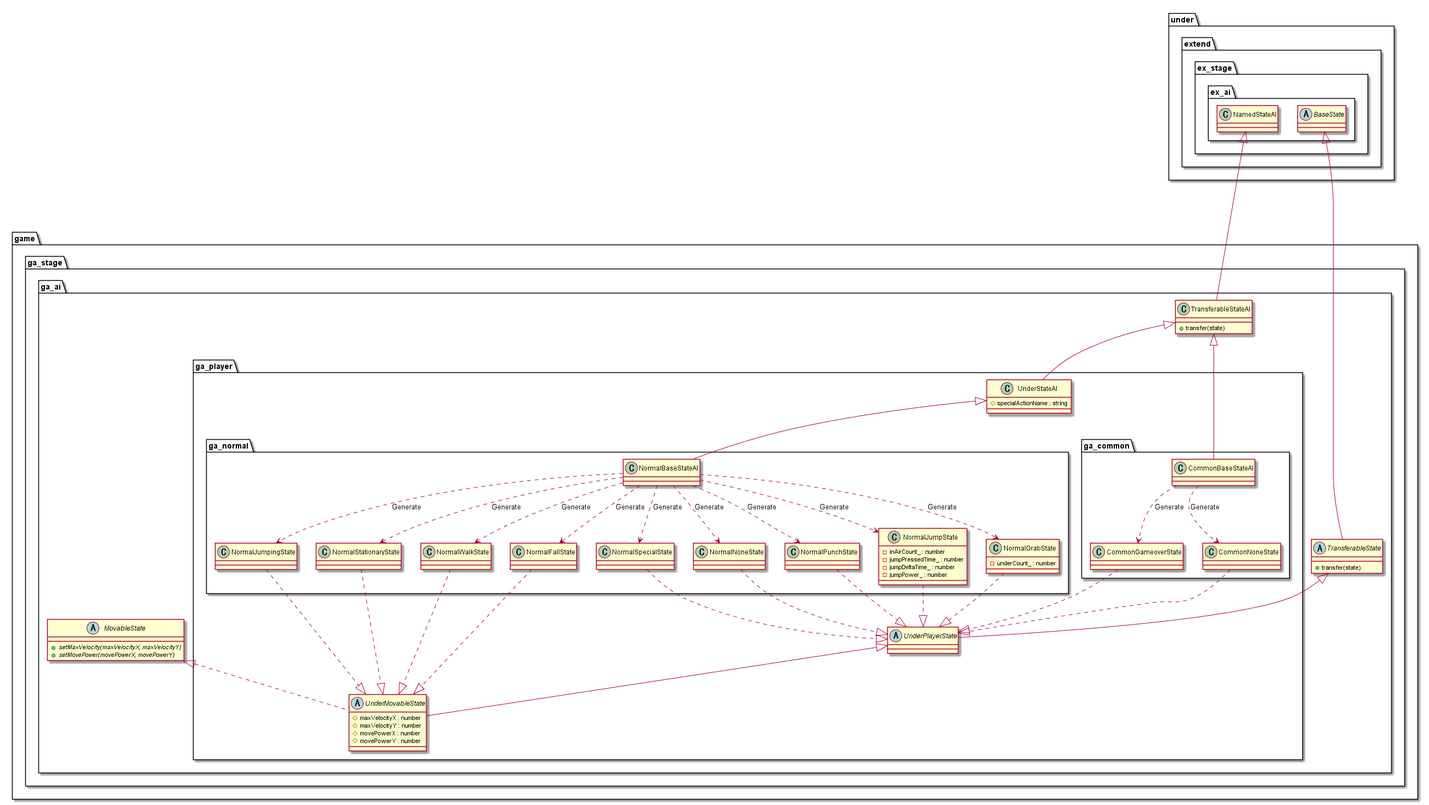
Earlier version of the PlantUML export out/uml/entity/ai/Normal/AINormal.png (Expine/Under). Source of this version:
```plantuml
@startuml AINormal
package game {
    package ga_stage {
        package ga_ai {
            abstract TransferableState {
                +transfer(state)
            }
            class TransferableStateAI {
                +transfer(state)
            }
            abstract MovableState {
                {abstract} +setMaxVelocity(maxVelocityX, maxVelocityY)
                {abstract} +setMovePower(movePowerX, movePowerY)
            }
            package ga_player {
                abstract UnderPlayerState
                abstract UnderMovableState {
                    #maxVelocityX : number
                    #maxVelocityY : number
                    #movePowerX : number
                    #movePowerY : number
                }
                class UnderStateAI {
                    #specialActionName : string
                }
                package ga_common {
                    class CommonBaseStateAI
                    class CommonNoneState
                    class CommonGameoverState
                }
                package ga_normal {
                    class NormalBaseStateAI
                    class NormalStationaryState
                    class NormalWalkState
                    class NormalJumpState {
                        -inAirCount_ : number
                        -jumpPressedTime_ : number
                        -jumpDeltaTime_ : number
                        -jumpPower_ : number
                    }
                    class NormalJumpingState
                    class NormalFallState
                    class NormalPunchState
                    class NormalGrabState {
                        -underCount_ : number
                    }
                    class NormalSpecialState
                    class NormalNoneState
                }
            }
        }
    }
}

package under {
    package extend {
        package ex_stage {
            package ex_ai {
                class NamedStateAI
                abstract BaseState
            }
        }
    }
}

CommonBaseStateAI ..> CommonNoneState : "Generate"
CommonBaseStateAI ..> CommonGameoverState : "Generate"

NormalBaseStateAI ..> NormalStationaryState : Generate
NormalBaseStateAI ..> NormalWalkState : Generate
NormalBaseStateAI ..> NormalJumpState : Generate
NormalBaseStateAI ..> NormalJumpingState : Generate
NormalBaseStateAI ..> NormalFallState : Generate
NormalBaseStateAI ..> NormalPunchState : Generate
NormalBaseStateAI ..> NormalGrabState : Generate
NormalBaseStateAI ..> NormalSpecialState : Generate
NormalBaseStateAI ..> NormalNoneState : Generate

NamedStateAI <|--- TransferableStateAI
TransferableStateAI <|-- CommonBaseStateAI
TransferableStateAI <|-- UnderStateAI
UnderStateAI <|-- NormalBaseStateAI

BaseState <|----- TransferableState
TransferableState <|-- UnderPlayerState
UnderPlayerState <|-- UnderMovableState
MovableState <|.. UnderMovableState

CommonNoneState ..|> UnderPlayerState
CommonGameoverState ..|> UnderPlayerState

NormalStationaryState ..|> UnderMovableState
NormalWalkState ..|> UnderMovableState
NormalJumpState ..|> UnderPlayerState
NormalJumpingState ..|> UnderMovableState
NormalFallState ..|> UnderMovableState
NormalPunchState ..|> UnderPlayerState
NormalGrabState ..|> UnderPlayerState
NormalSpecialState ..|> UnderPlayerState
NormalNoneState ..|> UnderPlayerState

@enduml
```
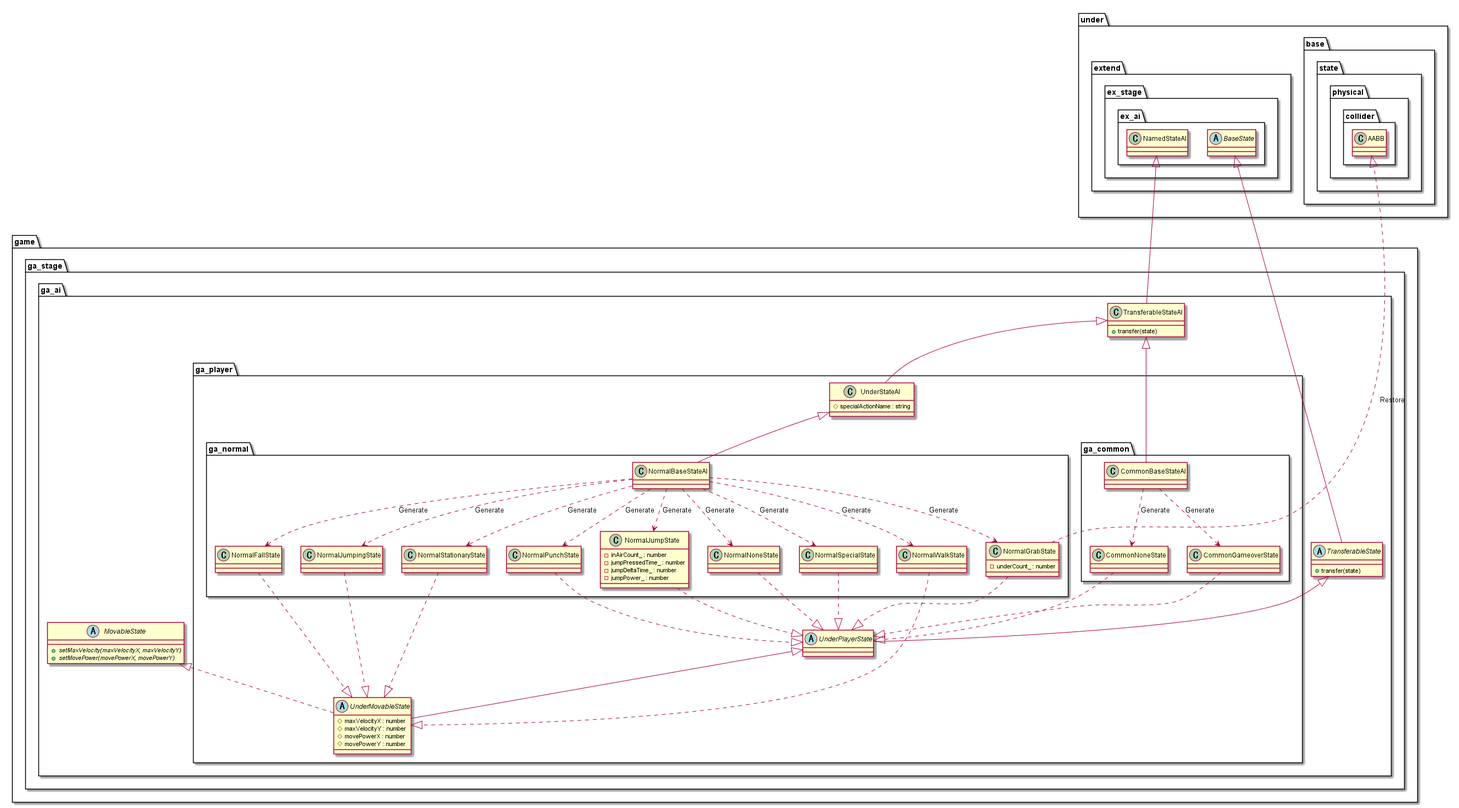
The same file after the commit.

Commit message:
Fix grab collider

What changed in the source:
```diff
@@ -53,6 +53,15 @@
 }
 
 package under {
+    package base {
+        package state {
+            package physical {
+                package collider {
+                    class AABB
+                }
+            }
+        }
+    }
     package extend {
         package ex_stage {
             package ex_ai {
@@ -75,6 +84,8 @@
 NormalBaseStateAI ..> NormalGrabState : Generate
 NormalBaseStateAI ..> NormalSpecialState : Generate
 NormalBaseStateAI ..> NormalNoneState : Generate
+
+NormalGrabState ..|> AABB : Restore
 
 NamedStateAI <|--- TransferableStateAI
 TransferableStateAI <|-- CommonBaseStateAI
```
